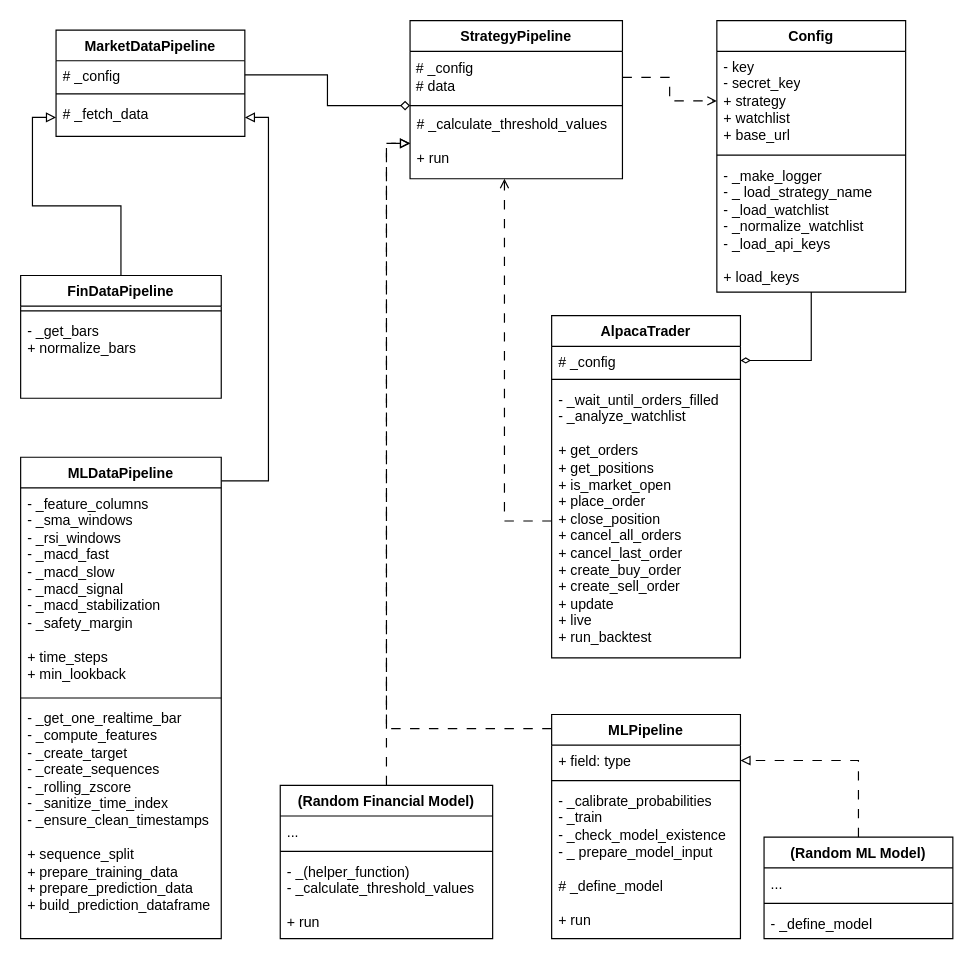
Before: figures/backend_design.drawio in MiladTootoonchi/Live-Trading-Platform, a draw.io diagram. Source tidied: cells renumbered, new cells numbered last; positions are measured from the earlier drawing's top-left corner, leaving out a move shared by most shapes. Both pictures are drawn from the tidied source at 118%, with x=0, y=0 at pixel (20, 20).
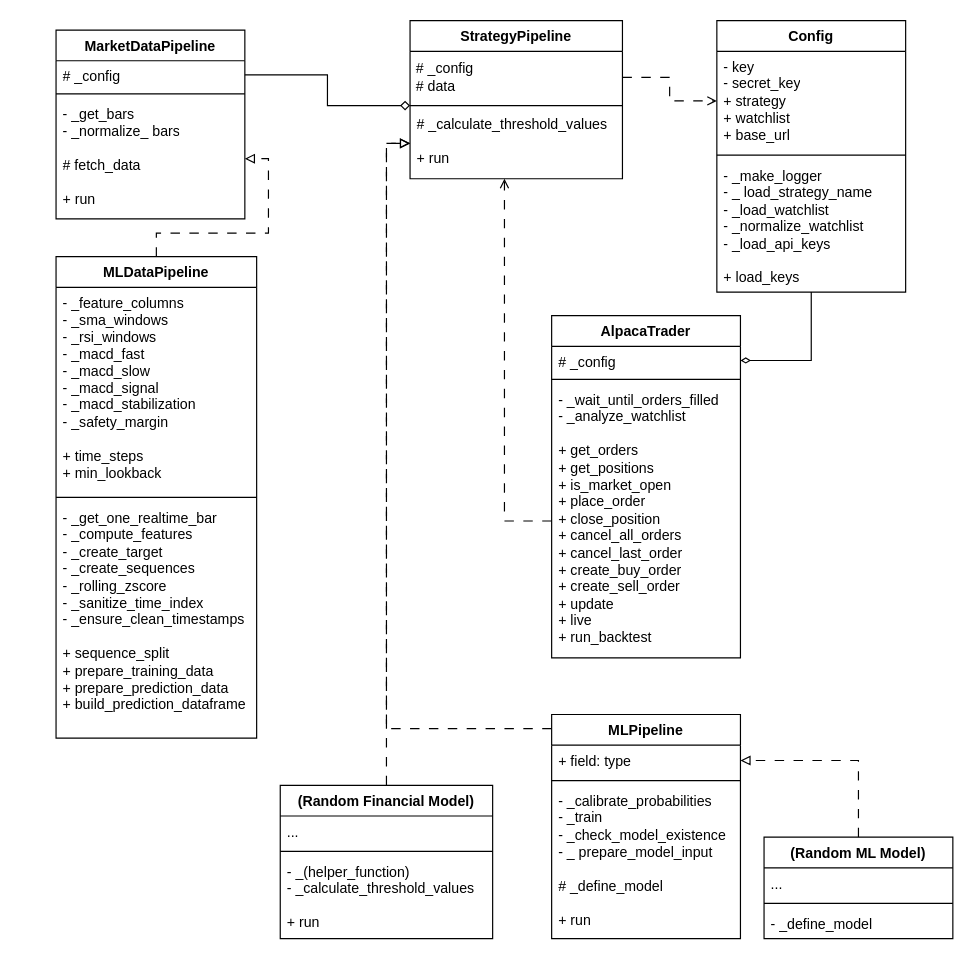
The same page after the edit.

What changed in the source:
```diff
@@
     <mxCell id="2" value="Market&lt;span style=&quot;background-color: transparent; color: light-dark(rgb(0, 0, 0), rgb(255, 255, 255));&quot;&gt;DataPipeline&lt;/span&gt;" style="swimlane;fontStyle=1;align=center;verticalAlign=top;horizontal=1;startSize=26;whiteSpace=wrap;html=1;" parent="1" vertex="1">
-      <mxGeometry x="30" y="8" width="160" height="90" as="geometry" />
+      <mxGeometry x="30" y="8" width="160" height="160" as="geometry" />
     </mxCell>
@@
-    <mxCell id="5" value="&lt;div&gt;&lt;span style=&quot;background-color: transparent; color: light-dark(rgb(0, 0, 0), rgb(255, 255, 255));&quot;&gt;# _fetch_data&lt;/span&gt;&lt;/div&gt;" style="text;strokeColor=none;fillColor=none;align=left;verticalAlign=top;spacingLeft=4;spacingRight=4;overflow=hidden;points=[[0,0.5],[1,0.5]];portConstraint=eastwest;whiteSpace=wrap;html=1;" parent="2" vertex="1">
-      <mxGeometry y="58" width="160" height="32" as="geometry" />
+    <mxCell id="5" value="&lt;div&gt;- _get_bars&lt;span style=&quot;background-color: transparent; color: light-dark(rgb(0, 0, 0), rgb(255, 255, 255));&quot;&gt;&lt;/span&gt;&lt;/div&gt;&lt;div&gt;- _normalize_ bars&lt;/div&gt;&lt;div&gt;&lt;br&gt;&lt;/div&gt;&lt;div&gt;&lt;span style=&quot;background-color: transparent; color: light-dark(rgb(0, 0, 0), rgb(255, 255, 255));&quot;&gt;# fetch_data&lt;/span&gt;&lt;/div&gt;&lt;div&gt;&lt;span style=&quot;background-color: transparent; color: light-dark(rgb(0, 0, 0), rgb(255, 255, 255));&quot;&gt;&lt;br&gt;&lt;/span&gt;&lt;/div&gt;&lt;div&gt;&lt;span style=&quot;background-color: transparent; color: light-dark(rgb(0, 0, 0), rgb(255, 255, 255));&quot;&gt;+ run&lt;/span&gt;&lt;/div&gt;" style="text;strokeColor=none;fillColor=none;align=left;verticalAlign=top;spacingLeft=4;spacingRight=4;overflow=hidden;points=[[0,0.5],[1,0.5]];portConstraint=eastwest;whiteSpace=wrap;html=1;" parent="2" vertex="1">
+      <mxGeometry y="58" width="160" height="102" as="geometry" />
     </mxCell>
@@
-    <mxCell id="11" style="edgeStyle=orthogonalEdgeStyle;rounded=0;jettySize=auto;html=1;entryX=1;entryY=0.5;entryDx=0;entryDy=0;endArrow=block;endFill=0;" parent="1" edge="1" source="12" target="5">
-      <mxGeometry relative="1" as="geometry">
-        <Array as="points">
-          <mxPoint x="210" y="390" />
-          <mxPoint x="210" y="82" />
-        </Array>
-      </mxGeometry>
+    <mxCell id="11" style="edgeStyle=orthogonalEdgeStyle;rounded=0;jettySize=auto;html=1;entryX=1;entryY=0.5;entryDx=0;entryDy=0;endArrow=block;endFill=0;dashed=1;dashPattern=8 8;" parent="1" edge="1" source="12" target="5">
+      <mxGeometry relative="1" as="geometry" />
     </mxCell>
     <mxCell id="12" value="MLDataPipeline" style="swimlane;fontStyle=1;align=center;verticalAlign=top;horizontal=1;startSize=26;whiteSpace=wrap;html=1;" parent="1" vertex="1">
-      <mxGeometry y="370" width="170" height="408" as="geometry" />
+      <mxGeometry x="30" y="200" width="170" height="408" as="geometry" />
     </mxCell>
@@
-    <mxCell id="16" style="edgeStyle=orthogonalEdgeStyle;rounded=0;jettySize=auto;html=1;entryX=0;entryY=0.5;entryDx=0;entryDy=0;endArrow=block;endFill=0;" parent="1" edge="1" source="17" target="5">
-      <mxGeometry relative="1" as="geometry" />
-    </mxCell>
-    <mxCell id="17" value="FinDataPipeline" style="swimlane;fontStyle=1;align=center;verticalAlign=top;horizontal=1;startSize=26;whiteSpace=wrap;html=1;" parent="1" vertex="1">
-      <mxGeometry y="216" width="170" height="104" as="geometry" />
-    </mxCell>
-    <mxCell id="18" style="line;strokeWidth=1;fillColor=none;align=left;verticalAlign=middle;spacingTop=-1;spacingLeft=3;spacingRight=3;labelPosition=right;strokeColor=inherit;" parent="17" vertex="1">
-      <mxGeometry y="26" width="170" height="8" as="geometry" />
-    </mxCell>
-    <mxCell id="19" value="&lt;div&gt;&lt;span style=&quot;background-color: transparent; color: light-dark(rgb(0, 0, 0), rgb(255, 255, 255));&quot;&gt;- _get_bars&lt;/span&gt;&lt;/div&gt;&lt;div&gt;+ normalize_bars&lt;/div&gt;" style="text;strokeColor=none;fillColor=none;align=left;verticalAlign=top;spacingLeft=4;spacingRight=4;overflow=hidden;whiteSpace=wrap;html=1;" parent="17" vertex="1">
-      <mxGeometry y="34" width="170" height="70" as="geometry" />
-    </mxCell>
```
